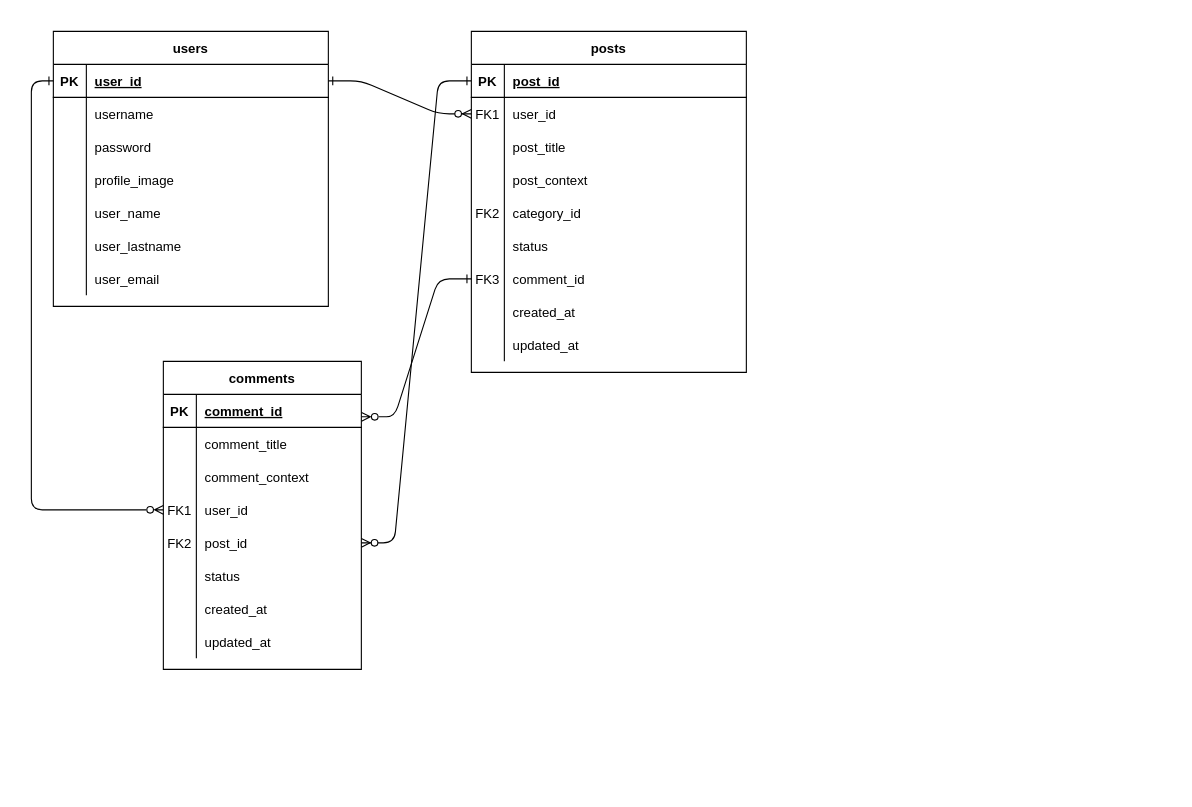
Above: Untitled Diagram.drawio in whoisnaisu/skill-checkpoints-2-back-end-development (draw.io), before the change. Source tidied: cells renumbered, new cells numbered last; positions are measured from the earlier drawing's top-left corner, leaving out a move shared by most shapes. Both pictures are drawn from the tidied source at 110%, with x=0, y=0 at pixel (53, 31).
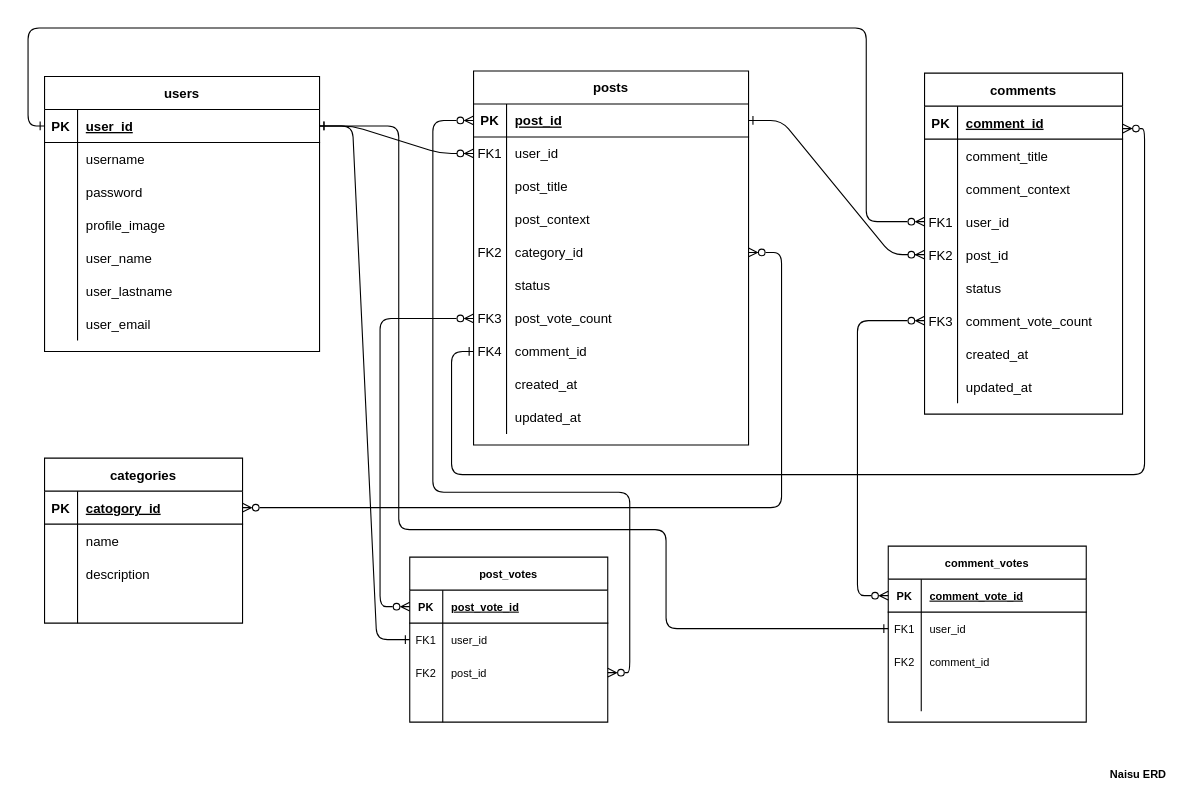
The same page after the edit.

The change refers to these unchanged cells:
```xml
<mxCell id="5" style="shape=partialRectangle;fillColor=none;points=[[0,0.5],[1,0.5]];portConstraint=eastwest;top=0;left=0;right=0;bottom=1;" parent="4" vertex="1">
  <mxGeometry y="30" width="250" height="30" as="geometry" />
</mxCell>
<mxCell id="17" style="shape=tableRow;horizontal=0;startSize=0;swimlaneHead=0;swimlaneBody=0;fillColor=none;points=[[0,0.5],[1,0.5]];portConstraint=eastwest;top=0;left=0;right=0;bottom=0;" parent="4" vertex="1">
  <mxGeometry y="150" width="250" height="30" as="geometry" />
</mxCell>
<mxCell id="33" style="shape=partialRectangle;fillColor=none;points=[[0,0.5],[1,0.5]];portConstraint=eastwest;top=0;left=0;right=0;bottom=1;" parent="32" vertex="1">
  <mxGeometry y="30" width="250" height="30" as="geometry" />
</mxCell>
<mxCell id="56" style="shape=tableRow;horizontal=0;startSize=0;swimlaneHead=0;swimlaneBody=0;fillColor=none;points=[[0,0.5],[1,0.5]];portConstraint=eastwest;top=0;left=0;right=0;bottom=1;" parent="55" vertex="1">
  <mxGeometry y="30" width="180" height="30" as="geometry" />
</mxCell>
<mxCell id="65" style="shape=tableRow;horizontal=0;startSize=0;swimlaneHead=0;swimlaneBody=0;fillColor=none;points=[[0,0.5],[1,0.5]];portConstraint=eastwest;top=0;left=0;right=0;bottom=0;" parent="55" vertex="1">
  <mxGeometry y="120" width="180" height="30" as="geometry" />
</mxCell>
```

Change to the diagram source:
```diff
@@
     <mxCell id="4" value="posts" style="shape=table;startSize=30;childLayout=tableLayout;rowLines=0;fontStyle=1;align=center;" parent="1" vertex="1">
-      <mxGeometry x="380" width="250" height="310" as="geometry" />
+      <mxGeometry x="382" y="36" width="250" height="340" as="geometry" />
     </mxCell>
@@
+    <mxCell id="81" style="shape=tableRow;horizontal=0;startSize=0;swimlaneHead=0;swimlaneBody=0;fillColor=none;points=[[0,0.5],[1,0.5]];portConstraint=eastwest;top=0;left=0;right=0;bottom=0;" parent="4" vertex="1">
+      <mxGeometry y="210" width="250" height="30" as="geometry" />
+    </mxCell>
+    <mxCell id="82" value="FK3" style="shape=partialRectangle;fillColor=none;top=0;left=0;bottom=0;right=0;fontStyle=0;overflow=hidden;" parent="81" vertex="1">
+      <mxGeometry width="30" height="30" as="geometry" />
+    </mxCell>
+    <mxCell id="83" value="post_vote_count" style="shape=partialRectangle;fillColor=none;top=0;left=0;bottom=0;right=0;align=left;spacingLeft=6;fontStyle=0;overflow=hidden;" parent="81" vertex="1">
+      <mxGeometry x="30" width="220" height="30" as="geometry" />
+    </mxCell>
     <mxCell id="23" style="shape=tableRow;horizontal=0;startSize=0;swimlaneHead=0;swimlaneBody=0;fillColor=none;points=[[0,0.5],[1,0.5]];portConstraint=eastwest;top=0;left=0;right=0;bottom=0;" parent="4" vertex="1">
-      <mxGeometry y="210" width="250" height="30" as="geometry" />
+      <mxGeometry y="240" width="250" height="30" as="geometry" />
     </mxCell>
-    <mxCell id="24" value="FK3" style="shape=partialRectangle;fillColor=none;top=0;left=0;bottom=0;right=0;fontStyle=0;overflow=hidden;" parent="23" vertex="1">
+    <mxCell id="24" value="FK4" style="shape=partialRectangle;fillColor=none;top=0;left=0;bottom=0;right=0;fontStyle=0;overflow=hidden;" parent="23" vertex="1">
       <mxGeometry width="30" height="30" as="geometry" />
     </mxCell>
@@
     <mxCell id="26" style="shape=tableRow;horizontal=0;startSize=0;swimlaneHead=0;swimlaneBody=0;fillColor=none;top=0;left=0;right=0;bottom=0;" parent="4" vertex="1">
-      <mxGeometry y="240" width="250" height="30" as="geometry" />
+      <mxGeometry y="270" width="250" height="30" as="geometry" />
     </mxCell>
@@
     <mxCell id="29" style="shape=tableRow;horizontal=0;startSize=0;swimlaneHead=0;swimlaneBody=0;fillColor=none;top=0;left=0;right=0;bottom=0;" parent="4" vertex="1">
-      <mxGeometry y="270" width="250" height="30" as="geometry" />
+      <mxGeometry y="300" width="250" height="30" as="geometry" />
     </mxCell>
@@
     <mxCell id="32" value="users" style="shape=table;startSize=30;childLayout=tableLayout;rowLines=0;fontStyle=1;align=center;" parent="1" vertex="1">
-      <mxGeometry width="250" height="250" as="geometry" />
+      <mxGeometry x="-8" y="41" width="250" height="250" as="geometry" />
     </mxCell>
@@
-    <mxCell id="54" style="edgeStyle=entityRelationEdgeStyle;rounded=1;jettySize=auto;html=1;exitX=0;exitY=0.5;exitDx=0;exitDy=0;endArrow=ERzeroToMany;endFill=0;startArrow=ERone;startFill=0;elbow=vertical;entryX=1.001;entryY=0.68;entryDx=0;entryDy=0;entryPerimeter=0;" parent="1" edge="1" source="23" target="56">
-      <mxGeometry relative="1" as="geometry" />
+    <mxCell id="54" style="edgeStyle=orthogonalEdgeStyle;rounded=1;jettySize=auto;html=1;exitX=0;exitY=0.5;exitDx=0;exitDy=0;endArrow=ERzeroToMany;endFill=0;startArrow=ERone;startFill=0;elbow=vertical;entryX=1.001;entryY=0.68;entryDx=0;entryDy=0;entryPerimeter=0;" parent="1" edge="1" source="23" target="56">
+      <mxGeometry relative="1" as="geometry">
+        <Array as="points">
+          <mxPoint x="362" y="291" />
+          <mxPoint x="362" y="403" />
+          <mxPoint x="992" y="403" />
+          <mxPoint x="992" y="88" />
+        </Array>
+      </mxGeometry>
     </mxCell>
     <mxCell id="55" value="comments" style="shape=table;startSize=30;childLayout=tableLayout;rowLines=0;fontStyle=1;align=center;" parent="1" vertex="1">
-      <mxGeometry x="100" y="300" width="180" height="280" as="geometry" />
+      <mxGeometry x="792" y="38" width="180" height="310" as="geometry" />
     </mxCell>
@@
+    <mxCell id="84" style="shape=tableRow;horizontal=0;startSize=0;swimlaneHead=0;swimlaneBody=0;fillColor=none;points=[[0,0.5],[1,0.5]];portConstraint=eastwest;top=0;left=0;right=0;bottom=0;" parent="55" vertex="1">
+      <mxGeometry y="210" width="180" height="30" as="geometry" />
+    </mxCell>
+    <mxCell id="85" value="FK3" style="shape=partialRectangle;fillColor=none;top=0;left=0;bottom=0;right=0;fontStyle=0;overflow=hidden;" parent="84" vertex="1">
+      <mxGeometry width="30" height="30" as="geometry" />
+    </mxCell>
+    <mxCell id="86" value="comment_vote_count" style="shape=partialRectangle;fillColor=none;top=0;left=0;bottom=0;right=0;align=left;spacingLeft=6;fontStyle=0;overflow=hidden;" parent="84" vertex="1">
+      <mxGeometry x="30" width="150" height="30" as="geometry" />
+    </mxCell>
     <mxCell id="74" style="shape=tableRow;horizontal=0;startSize=0;swimlaneHead=0;swimlaneBody=0;fillColor=none;top=0;left=0;right=0;bottom=0;" parent="55" vertex="1">
-      <mxGeometry y="210" width="180" height="30" as="geometry" />
+      <mxGeometry y="240" width="180" height="30" as="geometry" />
     </mxCell>
@@
     <mxCell id="77" style="shape=tableRow;horizontal=0;startSize=0;swimlaneHead=0;swimlaneBody=0;fillColor=none;top=0;left=0;right=0;bottom=0;" parent="55" vertex="1">
-      <mxGeometry y="240" width="180" height="30" as="geometry" />
+      <mxGeometry y="270" width="180" height="30" as="geometry" />
     </mxCell>
@@
     <mxCell id="80" style="edgeStyle=orthogonalEdgeStyle;rounded=1;jettySize=auto;html=1;exitX=0;exitY=0.5;exitDx=0;exitDy=0;entryX=0;entryY=0.5;entryDx=0;entryDy=0;startArrow=ERone;startFill=0;endArrow=ERzeroToMany;endFill=0;elbow=vertical;" parent="1" edge="1" source="33" target="65">
-      <mxGeometry relative="1" as="geometry" />
+      <mxGeometry relative="1" as="geometry">
+        <Array as="points">
+          <mxPoint x="-23" y="86" />
+          <mxPoint x="-23" y="-3" />
+          <mxPoint x="739" y="-3" />
+          <mxPoint x="739" y="173" />
+        </Array>
+      </mxGeometry>
     </mxCell>
+    <mxCell id="87" value="categories" style="shape=table;startSize=30;childLayout=tableLayout;rowLines=0;fontStyle=1;align=center;" parent="1" vertex="1">
+      <mxGeometry x="-8" y="388" width="180" height="150" as="geometry" />
+    </mxCell>
+    <mxCell id="88" style="shape=tableRow;horizontal=0;startSize=0;swimlaneHead=0;swimlaneBody=0;fillColor=none;points=[[0,0.5],[1,0.5]];portConstraint=eastwest;top=0;left=0;right=0;bottom=1;" parent="87" vertex="1">
+      <mxGeometry y="30" width="180" height="30" as="geometry" />
+    </mxCell>
+    <mxCell id="89" value="PK" style="shape=partialRectangle;fillColor=none;top=0;left=0;bottom=0;right=0;fontStyle=1;overflow=hidden;" parent="88" vertex="1">
+      <mxGeometry width="30" height="30" as="geometry" />
+    </mxCell>
+    <mxCell id="90" value="catogory_id" style="shape=partialRectangle;fillColor=none;top=0;left=0;bottom=0;right=0;align=left;spacingLeft=6;fontStyle=5;overflow=hidden;" parent="88" vertex="1">
+      <mxGeometry x="30" width="150" height="30" as="geometry" />
+    </mxCell>
+    <mxCell id="91" style="shape=tableRow;horizontal=0;startSize=0;swimlaneHead=0;swimlaneBody=0;fillColor=none;top=0;left=0;right=0;bottom=0;" parent="87" vertex="1">
+      <mxGeometry y="60" width="180" height="30" as="geometry" />
+    </mxCell>
+    <mxCell id="92" style="shape=partialRectangle;fillColor=none;top=0;left=0;bottom=0;right=0;overflow=hidden;" parent="91" vertex="1">
+      <mxGeometry width="30" height="30" as="geometry" />
+    </mxCell>
+    <mxCell id="93" value="name" style="shape=partialRectangle;fillColor=none;top=0;left=0;bottom=0;right=0;align=left;spacingLeft=6;overflow=hidden;" parent="91" vertex="1">
+      <mxGeometry x="30" width="150" height="30" as="geometry" />
+    </mxCell>
+    <mxCell id="94" style="shape=tableRow;horizontal=0;startSize=0;swimlaneHead=0;swimlaneBody=0;fillColor=none;top=0;left=0;right=0;bottom=0;" parent="87" vertex="1">
+      <mxGeometry y="90" width="180" height="30" as="geometry" />
+    </mxCell>
+    <mxCell id="95" style="shape=partialRectangle;fillColor=none;top=0;left=0;bottom=0;right=0;overflow=hidden;" parent="94" vertex="1">
+      <mxGeometry width="30" height="30" as="geometry" />
+    </mxCell>
+    <mxCell id="96" value="description" style="shape=partialRectangle;fillColor=none;top=0;left=0;bottom=0;right=0;align=left;spacingLeft=6;overflow=hidden;" parent="94" vertex="1">
+      <mxGeometry x="30" width="150" height="30" as="geometry" />
+    </mxCell>
+    <mxCell id="97" style="shape=tableRow;horizontal=0;startSize=0;swimlaneHead=0;swimlaneBody=0;fillColor=none;top=0;left=0;right=0;bottom=0;" parent="87" vertex="1">
+      <mxGeometry y="120" width="180" height="30" as="geometry" />
+    </mxCell>
+    <mxCell id="98" style="shape=partialRectangle;fillColor=none;top=0;left=0;bottom=0;right=0;overflow=hidden;" parent="97" vertex="1">
+      <mxGeometry width="30" height="30" as="geometry" />
+    </mxCell>
+    <mxCell id="99" style="shape=partialRectangle;fillColor=none;top=0;left=0;bottom=0;right=0;align=left;spacingLeft=6;overflow=hidden;" parent="97" vertex="1">
+      <mxGeometry x="30" width="150" height="30" as="geometry" />
+    </mxCell>
+    <mxCell id="100" style="edgeStyle=orthogonalEdgeStyle;rounded=1;jettySize=auto;html=1;exitX=1;exitY=0.5;exitDx=0;exitDy=0;startArrow=ERzeroToMany;startFill=0;endArrow=ERzeroToMany;endFill=0;elbow=vertical;" parent="1" edge="1" source="17" target="88">
+      <mxGeometry relative="1" as="geometry">
+        <Array as="points">
+          <mxPoint x="662" y="201" />
+          <mxPoint x="662" y="433" />
+        </Array>
+      </mxGeometry>
+    </mxCell>
+    <mxCell id="101" value="Naisu ERD" style="text;strokeColor=none;fillColor=none;html=1;fontSize=10;fontStyle=1;verticalAlign=middle;align=center;glass=0;fontFamily=Helvetica;" parent="1" vertex="1">
+      <mxGeometry x="953" y="662" width="65" height="26" as="geometry" />
+    </mxCell>
+    <mxCell id="102" value="post_votes" style="shape=table;startSize=30;childLayout=tableLayout;rowLines=0;fontStyle=1;align=center;glass=0;fontFamily=Helvetica;fontSize=10;" parent="1" vertex="1">
+      <mxGeometry x="324" y="478" width="180" height="150" as="geometry" />
+    </mxCell>
+    <mxCell id="103" style="shape=tableRow;horizontal=0;startSize=0;swimlaneHead=0;swimlaneBody=0;fillColor=none;points=[[0,0.5],[1,0.5]];portConstraint=eastwest;top=0;left=0;right=0;bottom=1;glass=0;fontFamily=Helvetica;fontSize=10;" parent="102" vertex="1">
+      <mxGeometry y="30" width="180" height="30" as="geometry" />
+    </mxCell>
+    <mxCell id="104" value="PK" style="shape=partialRectangle;fillColor=none;top=0;left=0;bottom=0;right=0;fontStyle=1;overflow=hidden;glass=0;fontFamily=Helvetica;fontSize=10;" parent="103" vertex="1">
+      <mxGeometry width="30" height="30" as="geometry" />
+    </mxCell>
+    <mxCell id="105" value="post_vote_id" style="shape=partialRectangle;fillColor=none;top=0;left=0;bottom=0;right=0;align=left;spacingLeft=6;fontStyle=5;overflow=hidden;glass=0;fontFamily=Helvetica;fontSize=10;" parent="103" vertex="1">
+      <mxGeometry x="30" width="150" height="30" as="geometry" />
+    </mxCell>
+    <mxCell id="106" style="shape=tableRow;horizontal=0;startSize=0;swimlaneHead=0;swimlaneBody=0;fillColor=none;points=[[0,0.5],[1,0.5]];portConstraint=eastwest;top=0;left=0;right=0;bottom=0;glass=0;fontFamily=Helvetica;fontSize=10;" parent="102" vertex="1">
+      <mxGeometry y="60" width="180" height="30" as="geometry" />
+    </mxCell>
+    <mxCell id="107" value="FK1" style="shape=partialRectangle;fillColor=none;top=0;left=0;bottom=0;right=0;overflow=hidden;glass=0;fontFamily=Helvetica;fontSize=10;" parent="106" vertex="1">
+      <mxGeometry width="30" height="30" as="geometry" />
+    </mxCell>
+    <mxCell id="108" value="user_id" style="shape=partialRectangle;fillColor=none;top=0;left=0;bottom=0;right=0;align=left;spacingLeft=6;overflow=hidden;glass=0;fontFamily=Helvetica;fontSize=10;" parent="106" vertex="1">
+      <mxGeometry x="30" width="150" height="30" as="geometry" />
+    </mxCell>
+    <mxCell id="109" style="shape=tableRow;horizontal=0;startSize=0;swimlaneHead=0;swimlaneBody=0;fillColor=none;points=[[0,0.5],[1,0.5]];portConstraint=eastwest;top=0;left=0;right=0;bottom=0;glass=0;fontFamily=Helvetica;fontSize=10;" parent="102" vertex="1">
+      <mxGeometry y="90" width="180" height="30" as="geometry" />
+    </mxCell>
+    <mxCell id="110" value="FK2" style="shape=partialRectangle;fillColor=none;top=0;left=0;bottom=0;right=0;overflow=hidden;glass=0;fontFamily=Helvetica;fontSize=10;" parent="109" vertex="1">
+      <mxGeometry width="30" height="30" as="geometry" />
+    </mxCell>
+    <mxCell id="111" value="post_id" style="shape=partialRectangle;fillColor=none;top=0;left=0;bottom=0;right=0;align=left;spacingLeft=6;overflow=hidden;glass=0;fontFamily=Helvetica;fontSize=10;" parent="109" vertex="1">
+      <mxGeometry x="30" width="150" height="30" as="geometry" />
+    </mxCell>
+    <mxCell id="112" style="shape=tableRow;horizontal=0;startSize=0;swimlaneHead=0;swimlaneBody=0;fillColor=none;top=0;left=0;right=0;bottom=0;glass=0;fontFamily=Helvetica;fontSize=10;" parent="102" vertex="1">
+      <mxGeometry y="120" width="180" height="30" as="geometry" />
+    </mxCell>
+    <mxCell id="113" style="shape=partialRectangle;fillColor=none;top=0;left=0;bottom=0;right=0;overflow=hidden;glass=0;fontFamily=Helvetica;fontSize=10;" parent="112" vertex="1">
+      <mxGeometry width="30" height="30" as="geometry" />
+    </mxCell>
+    <mxCell id="114" style="shape=partialRectangle;fillColor=none;top=0;left=0;bottom=0;right=0;align=left;spacingLeft=6;overflow=hidden;glass=0;fontFamily=Helvetica;fontSize=10;" parent="112" vertex="1">
+      <mxGeometry x="30" width="150" height="30" as="geometry" />
+    </mxCell>
+    <mxCell id="115" value="comment_votes" style="shape=table;startSize=30;childLayout=tableLayout;rowLines=0;fontStyle=1;align=center;glass=0;fontFamily=Helvetica;fontSize=10;" parent="1" vertex="1">
+      <mxGeometry x="759" y="468" width="180" height="160" as="geometry" />
+    </mxCell>
+    <mxCell id="116" style="shape=tableRow;horizontal=0;startSize=0;swimlaneHead=0;swimlaneBody=0;fillColor=none;points=[[0,0.5],[1,0.5]];portConstraint=eastwest;top=0;left=0;right=0;bottom=1;glass=0;fontFamily=Helvetica;fontSize=10;" parent="115" vertex="1">
+      <mxGeometry y="30" width="180" height="30" as="geometry" />
+    </mxCell>
+    <mxCell id="117" value="PK" style="shape=partialRectangle;fillColor=none;top=0;left=0;bottom=0;right=0;fontStyle=1;overflow=hidden;glass=0;fontFamily=Helvetica;fontSize=10;" parent="116" vertex="1">
+      <mxGeometry width="30" height="30" as="geometry" />
+    </mxCell>
+    <mxCell id="118" value="comment_vote_id" style="shape=partialRectangle;fillColor=none;top=0;left=0;bottom=0;right=0;align=left;spacingLeft=6;fontStyle=5;overflow=hidden;glass=0;fontFamily=Helvetica;fontSize=10;" parent="116" vertex="1">
+      <mxGeometry x="30" width="150" height="30" as="geometry" />
+    </mxCell>
+    <mxCell id="119" style="shape=tableRow;horizontal=0;startSize=0;swimlaneHead=0;swimlaneBody=0;fillColor=none;points=[[0,0.5],[1,0.5]];portConstraint=eastwest;top=0;left=0;right=0;bottom=0;glass=0;fontFamily=Helvetica;fontSize=10;" parent="115" vertex="1">
+      <mxGeometry y="60" width="180" height="30" as="geometry" />
+    </mxCell>
+    <mxCell id="120" value="FK1" style="shape=partialRectangle;fillColor=none;top=0;left=0;bottom=0;right=0;overflow=hidden;glass=0;fontFamily=Helvetica;fontSize=10;" parent="119" vertex="1">
+      <mxGeometry width="30" height="30" as="geometry" />
+    </mxCell>
+    <mxCell id="121" value="user_id" style="shape=partialRectangle;fillColor=none;top=0;left=0;bottom=0;right=0;align=left;spacingLeft=6;overflow=hidden;glass=0;fontFamily=Helvetica;fontSize=10;" parent="119" vertex="1">
+      <mxGeometry x="30" width="150" height="30" as="geometry" />
+    </mxCell>
+    <mxCell id="122" style="shape=tableRow;horizontal=0;startSize=0;swimlaneHead=0;swimlaneBody=0;fillColor=none;top=0;left=0;right=0;bottom=0;glass=0;fontFamily=Helvetica;fontSize=10;" parent="115" vertex="1">
+      <mxGeometry y="90" width="180" height="30" as="geometry" />
+    </mxCell>
+    <mxCell id="123" value="FK2" style="shape=partialRectangle;fillColor=none;top=0;left=0;bottom=0;right=0;overflow=hidden;glass=0;fontFamily=Helvetica;fontSize=10;" parent="122" vertex="1">
+      <mxGeometry width="30" height="30" as="geometry" />
+    </mxCell>
+    <mxCell id="124" value="comment_id" style="shape=partialRectangle;fillColor=none;top=0;left=0;bottom=0;right=0;align=left;spacingLeft=6;overflow=hidden;glass=0;fontFamily=Helvetica;fontSize=10;" parent="122" vertex="1">
+      <mxGeometry x="30" width="150" height="30" as="geometry" />
+    </mxCell>
+    <mxCell id="125" style="shape=tableRow;horizontal=0;startSize=0;swimlaneHead=0;swimlaneBody=0;fillColor=none;top=0;left=0;right=0;bottom=0;glass=0;fontFamily=Helvetica;fontSize=10;" parent="115" vertex="1">
+      <mxGeometry y="120" width="180" height="30" as="geometry" />
+    </mxCell>
+    <mxCell id="126" style="shape=partialRectangle;fillColor=none;top=0;left=0;bottom=0;right=0;overflow=hidden;glass=0;fontFamily=Helvetica;fontSize=10;" parent="125" vertex="1">
+      <mxGeometry width="30" height="30" as="geometry" />
+    </mxCell>
+    <mxCell id="127" style="shape=partialRectangle;fillColor=none;top=0;left=0;bottom=0;right=0;align=left;spacingLeft=6;overflow=hidden;glass=0;fontFamily=Helvetica;fontSize=10;" parent="125" vertex="1">
+      <mxGeometry x="30" width="150" height="30" as="geometry" />
+    </mxCell>
+    <mxCell id="128" style="edgeStyle=orthogonalEdgeStyle;rounded=1;jettySize=auto;html=1;exitX=0;exitY=0.5;exitDx=0;exitDy=0;fontFamily=Helvetica;fontSize=10;startArrow=ERzeroToMany;startFill=0;endArrow=ERzeroToMany;endFill=0;elbow=vertical;" parent="1" edge="1" source="81" target="103">
+      <mxGeometry relative="1" as="geometry">
+        <Array as="points">
+          <mxPoint x="297" y="261" />
+          <mxPoint x="297" y="523" />
+        </Array>
+      </mxGeometry>
+    </mxCell>
+    <mxCell id="129" style="edgeStyle=orthogonalEdgeStyle;rounded=1;jettySize=auto;html=1;exitX=0;exitY=0.5;exitDx=0;exitDy=0;fontFamily=Helvetica;fontSize=10;startArrow=ERzeroToMany;startFill=0;endArrow=ERzeroToMany;endFill=0;elbow=vertical;entryX=0;entryY=0.5;entryDx=0;entryDy=0;" parent="1" edge="1" source="84" target="116">
+      <mxGeometry relative="1" as="geometry">
+        <Array as="points">
+          <mxPoint x="731" y="263" />
+          <mxPoint x="731" y="513" />
+        </Array>
+      </mxGeometry>
+    </mxCell>
+    <mxCell id="130" style="edgeStyle=orthogonalEdgeStyle;rounded=1;jettySize=auto;html=1;exitX=0;exitY=0.5;exitDx=0;exitDy=0;fontFamily=Helvetica;fontSize=10;startArrow=ERzeroToMany;startFill=0;endArrow=ERzeroToMany;endFill=0;elbow=vertical;" parent="1" edge="1" source="5" target="109">
+      <mxGeometry relative="1" as="geometry">
+        <Array as="points">
+          <mxPoint x="345" y="81" />
+          <mxPoint x="345" y="419" />
+          <mxPoint x="524" y="419" />
+          <mxPoint x="524" y="583" />
+        </Array>
+      </mxGeometry>
+    </mxCell>
+    <mxCell id="131" style="edgeStyle=entityRelationEdgeStyle;rounded=1;jettySize=auto;html=1;exitX=1;exitY=0.5;exitDx=0;exitDy=0;entryX=0;entryY=0.5;entryDx=0;entryDy=0;fontFamily=Helvetica;fontSize=10;startArrow=none;startFill=0;endArrow=ERone;endFill=0;elbow=vertical;" parent="1" edge="1" source="33" target="106">
+      <mxGeometry relative="1" as="geometry" />
+    </mxCell>
+    <mxCell id="132" style="edgeStyle=orthogonalEdgeStyle;rounded=1;jettySize=auto;html=1;exitX=1;exitY=0.5;exitDx=0;exitDy=0;entryX=0;entryY=0.5;entryDx=0;entryDy=0;fontFamily=Helvetica;fontSize=10;startArrow=ERone;startFill=0;endArrow=ERone;endFill=0;" parent="1" edge="1" source="33" target="119">
+      <mxGeometry relative="1" as="geometry">
+        <Array as="points">
+          <mxPoint x="314" y="86" />
+          <mxPoint x="314" y="453" />
+          <mxPoint x="557" y="453" />
+          <mxPoint x="557" y="543" />
+        </Array>
+      </mxGeometry>
+    </mxCell>
```
